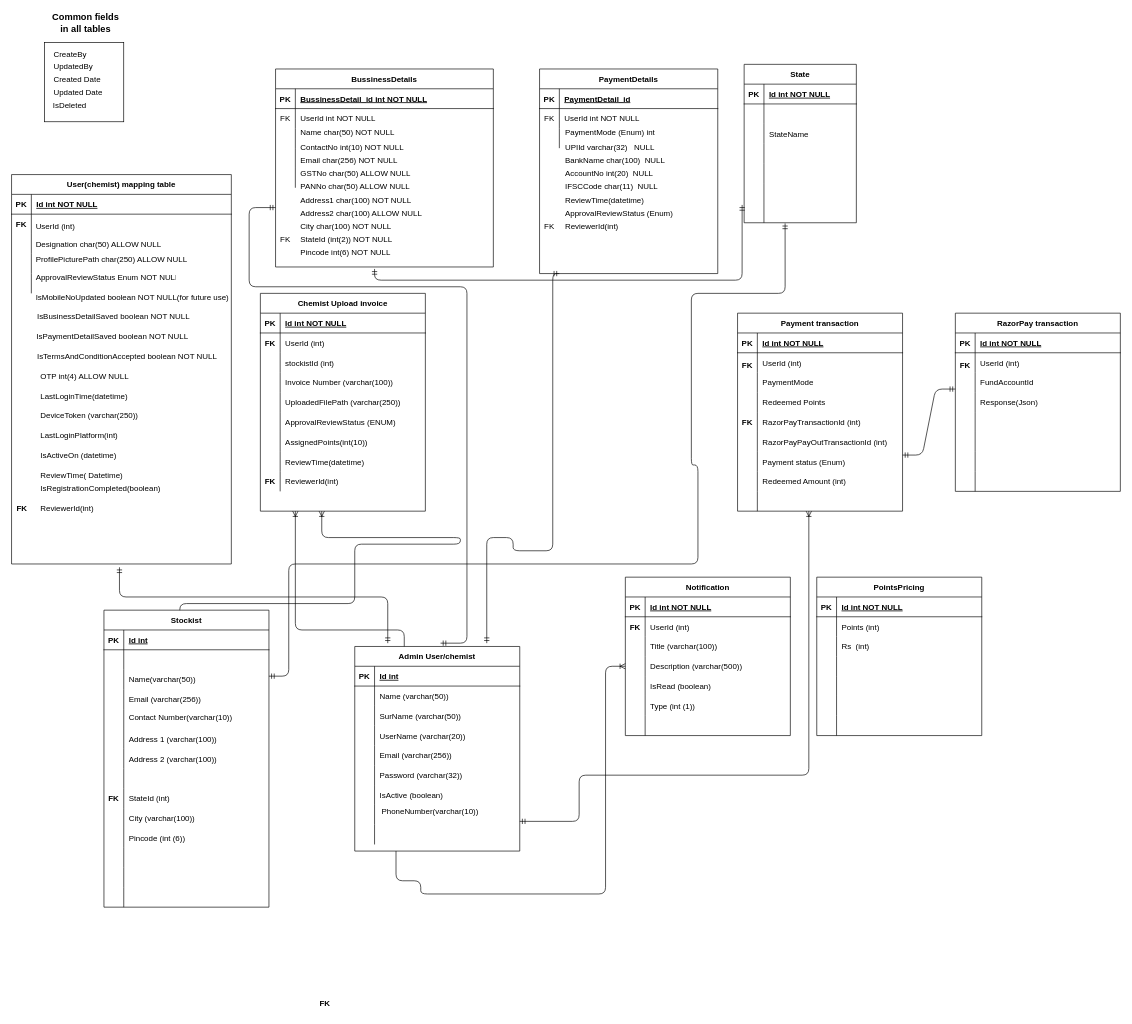
NirikshaSoni/TestProject keeps this draw.io diagram as ProfitorERD.drawio. Above is the earlier version. Source tidied: cells renumbered, new cells numbered last; positions are measured from the earlier drawing's top-left corner, leaving out a move shared by most shapes. Both pictures are drawn from the tidied source at 66%, with x=0, y=0 at pixel (11, 16).
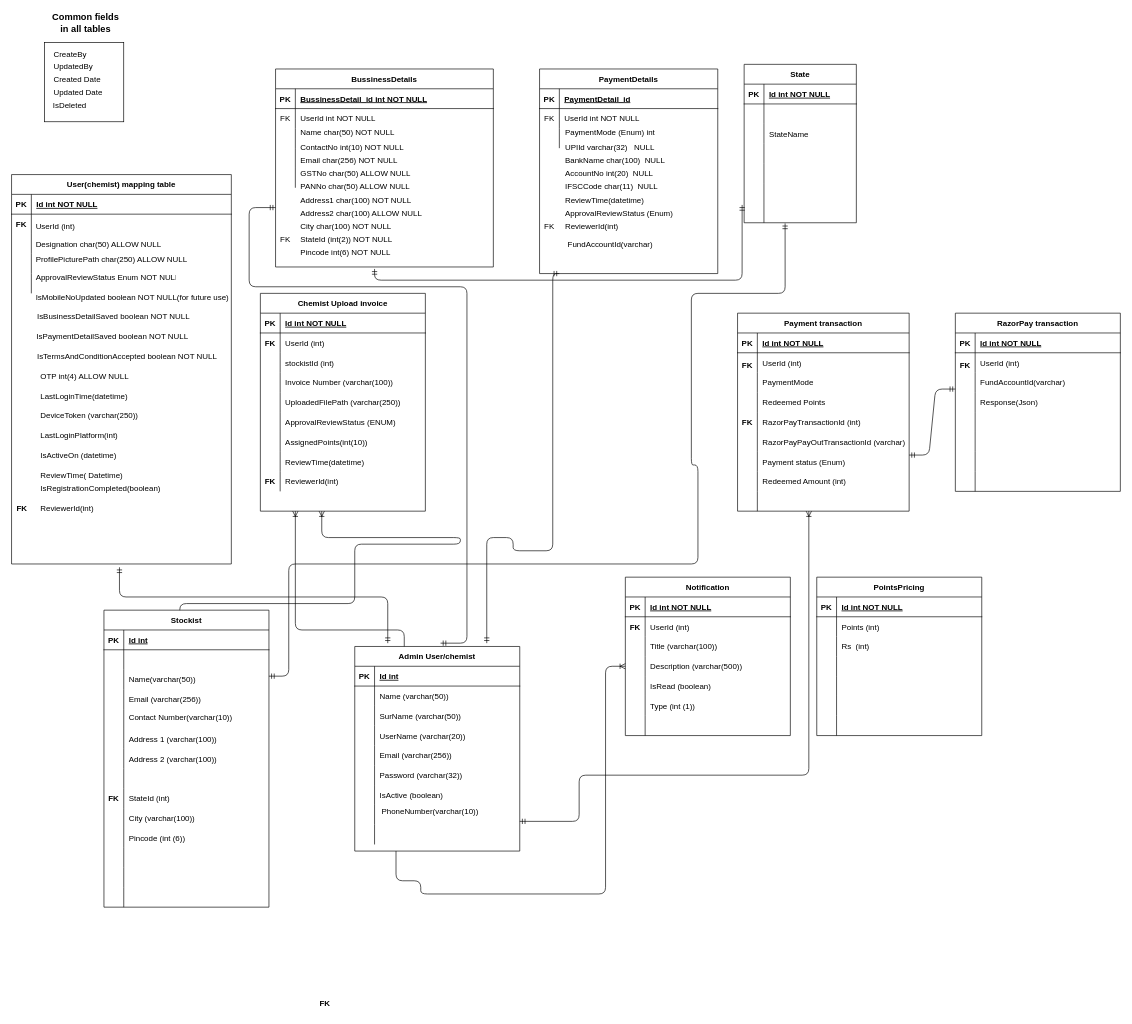
The same diagram, later.

Unchanged cells that the change refers to:
```xml
<mxCell id="308" style="shape=partialRectangle;fillColor=none;top=0;left=0;right=0;bottom=0;" parent="301" vertex="1">
  <mxGeometry y="90" width="250" height="30" as="geometry" />
</mxCell>
```

Diff of the diagram source:
```diff
@@
     <mxCell id="60" value="Payment transaction" style="shape=table;startSize=30;childLayout=tableLayout;rowLines=0;fontStyle=1;align=center;" parent="1" vertex="1">
-      <mxGeometry x="1100" y="450" width="250" height="300" as="geometry" />
+      <mxGeometry x="1100" y="450" width="260" height="300" as="geometry" />
     </mxCell>
     <mxCell id="61" style="shape=partialRectangle;fillColor=none;top=0;left=0;right=0;bottom=1;" parent="60" vertex="1">
-      <mxGeometry y="30" width="250" height="30" as="geometry" />
+      <mxGeometry y="30" width="260" height="30" as="geometry" />
     </mxCell>
@@
     <mxCell id="63" value="Id int NOT NULL " style="shape=partialRectangle;overflow=hidden;fillColor=none;top=0;left=0;bottom=0;right=0;align=left;spacingLeft=6;fontStyle=5;" parent="61" vertex="1">
-      <mxGeometry x="30" width="220" height="30" as="geometry" />
+      <mxGeometry x="30" width="230" height="30" as="geometry" />
     </mxCell>
     <mxCell id="64" style="shape=partialRectangle;fillColor=none;top=0;left=0;right=0;bottom=0;" parent="60" vertex="1">
-      <mxGeometry y="60" width="250" height="30" as="geometry" />
+      <mxGeometry y="60" width="260" height="30" as="geometry" />
     </mxCell>
@@
     <mxCell id="66" value="UserId (int)" style="shape=partialRectangle;overflow=hidden;fillColor=none;top=0;left=0;bottom=0;right=0;align=left;spacingLeft=6;" parent="64" vertex="1">
-      <mxGeometry x="30" width="220" height="30" as="geometry" />
+      <mxGeometry x="30" width="230" height="30" as="geometry" />
     </mxCell>
     <mxCell id="67" style="shape=partialRectangle;fillColor=none;top=0;left=0;right=0;bottom=0;" parent="60" vertex="1">
-      <mxGeometry y="90" width="250" height="30" as="geometry" />
+      <mxGeometry y="90" width="260" height="30" as="geometry" />
     </mxCell>
@@
     <mxCell id="69" value="PaymentMode " style="shape=partialRectangle;overflow=hidden;fillColor=none;top=0;left=0;bottom=0;right=0;align=left;spacingLeft=6;" parent="67" vertex="1">
-      <mxGeometry x="30" width="220" height="30" as="geometry" />
+      <mxGeometry x="30" width="230" height="30" as="geometry" />
     </mxCell>
     <mxCell id="70" style="shape=partialRectangle;fillColor=none;top=0;left=0;right=0;bottom=0;" parent="60" vertex="1">
-      <mxGeometry y="120" width="250" height="30" as="geometry" />
+      <mxGeometry y="120" width="260" height="30" as="geometry" />
     </mxCell>
@@
     <mxCell id="72" value="Redeemed Points" style="shape=partialRectangle;overflow=hidden;fillColor=none;top=0;left=0;bottom=0;right=0;align=left;spacingLeft=6;" parent="70" vertex="1">
-      <mxGeometry x="30" width="220" height="30" as="geometry" />
+      <mxGeometry x="30" width="230" height="30" as="geometry" />
     </mxCell>
     <mxCell id="73" style="shape=partialRectangle;fillColor=none;top=0;left=0;right=0;bottom=0;" parent="60" vertex="1">
-      <mxGeometry y="150" width="250" height="30" as="geometry" />
+      <mxGeometry y="150" width="260" height="30" as="geometry" />
     </mxCell>
@@
     <mxCell id="75" value="RazorPayTransactionId (int)" style="shape=partialRectangle;overflow=hidden;fillColor=none;top=0;left=0;bottom=0;right=0;align=left;spacingLeft=6;" parent="73" vertex="1">
-      <mxGeometry x="30" width="220" height="30" as="geometry" />
+      <mxGeometry x="30" width="230" height="30" as="geometry" />
     </mxCell>
     <mxCell id="76" style="shape=partialRectangle;fillColor=none;top=0;left=0;right=0;bottom=0;" parent="60" vertex="1">
-      <mxGeometry y="180" width="250" height="30" as="geometry" />
+      <mxGeometry y="180" width="260" height="30" as="geometry" />
     </mxCell>
@@
-    <mxCell id="78" value="RazorPayPayOutTransactionId (int)" style="shape=partialRectangle;overflow=hidden;fillColor=none;top=0;left=0;bottom=0;right=0;align=left;spacingLeft=6;" parent="76" vertex="1">
-      <mxGeometry x="30" width="220" height="30" as="geometry" />
+    <mxCell id="78" value="RazorPayPayOutTransactionId (varchar)" style="shape=partialRectangle;overflow=hidden;fillColor=none;top=0;left=0;bottom=0;right=0;align=left;spacingLeft=6;" parent="76" vertex="1">
+      <mxGeometry x="30" width="230" height="30" as="geometry" />
     </mxCell>
     <mxCell id="79" style="shape=partialRectangle;fillColor=none;top=0;left=0;right=0;bottom=0;" parent="60" vertex="1">
-      <mxGeometry y="210" width="250" height="30" as="geometry" />
+      <mxGeometry y="210" width="260" height="30" as="geometry" />
     </mxCell>
@@
     <mxCell id="81" value="Payment status (Enum)" style="shape=partialRectangle;overflow=hidden;fillColor=none;top=0;left=0;bottom=0;right=0;align=left;spacingLeft=6;" parent="79" vertex="1">
-      <mxGeometry x="30" width="220" height="30" as="geometry" />
+      <mxGeometry x="30" width="230" height="30" as="geometry" />
     </mxCell>
     <mxCell id="82" style="shape=partialRectangle;fillColor=none;top=0;left=0;right=0;bottom=0;" parent="60" vertex="1">
-      <mxGeometry y="240" width="250" height="30" as="geometry" />
+      <mxGeometry y="240" width="260" height="30" as="geometry" />
     </mxCell>
@@
     <mxCell id="84" value="Redeemed Amount (int)" style="shape=partialRectangle;overflow=hidden;fillColor=none;top=0;left=0;bottom=0;right=0;align=left;spacingLeft=6;" parent="82" vertex="1">
-      <mxGeometry x="30" width="220" height="30" as="geometry" />
+      <mxGeometry x="30" width="230" height="30" as="geometry" />
     </mxCell>
     <mxCell id="85" style="shape=partialRectangle;fillColor=none;top=0;left=0;right=0;bottom=0;" parent="60" vertex="1">
-      <mxGeometry y="270" width="250" height="30" as="geometry" />
+      <mxGeometry y="270" width="260" height="30" as="geometry" />
     </mxCell>
@@
     <mxCell id="87" style="shape=partialRectangle;overflow=hidden;fillColor=none;top=0;left=0;bottom=0;right=0;align=left;spacingLeft=6;" parent="85" vertex="1">
-      <mxGeometry x="30" width="220" height="30" as="geometry" />
+      <mxGeometry x="30" width="230" height="30" as="geometry" />
     </mxCell>
@@
-    <mxCell id="310" value="FundAccountId" style="shape=partialRectangle;overflow=hidden;fillColor=none;top=0;left=0;bottom=0;right=0;align=left;spacingLeft=6;" parent="308" vertex="1">
+    <mxCell id="310" value="FundAccountId(varchar)" style="shape=partialRectangle;overflow=hidden;fillColor=none;top=0;left=0;bottom=0;right=0;align=left;spacingLeft=6;" parent="308" vertex="1">
       <mxGeometry x="30" width="220" height="30" as="geometry" />
     </mxCell>
@@
     <mxCell id="327" style="edgeStyle=entityRelationEdgeStyle;fontSize=12;html=1;endArrow=ERmandOne;startArrow=ERmandOne;" parent="1" edge="1">
       <mxGeometry relative="1" as="geometry">
-        <mxPoint x="1350" y="665" as="sourcePoint" />
+        <mxPoint x="1360" y="665" as="sourcePoint" />
         <mxPoint x="1430" y="565" as="targetPoint" />
       </mxGeometry>
     </mxCell>
+    <mxCell id="328" value="FundAccountId(varchar)" style="shape=partialRectangle;overflow=hidden;fillColor=none;top=0;left=0;bottom=0;right=0;align=left;spacingLeft=6;" parent="1" vertex="1">
+      <mxGeometry x="835" y="330" width="220" height="30" as="geometry" />
+    </mxCell>
```
